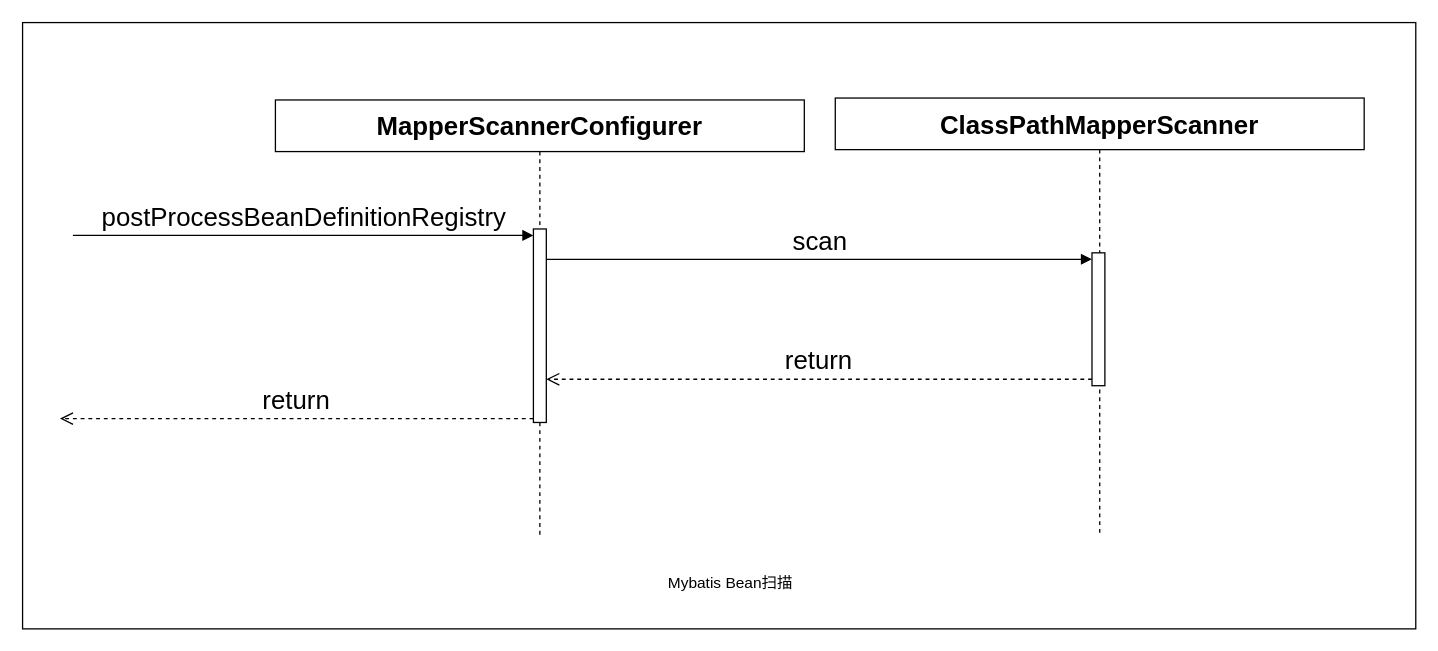
Before: dubbo-learning-doc/drawio/4_0_0_Spring注册Bean定义_Mybatis扫描Bean定义.drawio in czwer/dubbo-learning, a draw.io diagram. Source tidied: cells renumbered, new cells numbered last; positions are measured from the earlier drawing's top-left corner, leaving out a move shared by most shapes. Both pictures are drawn from the tidied source at 129%, with x=0, y=0 at pixel (22, 22).
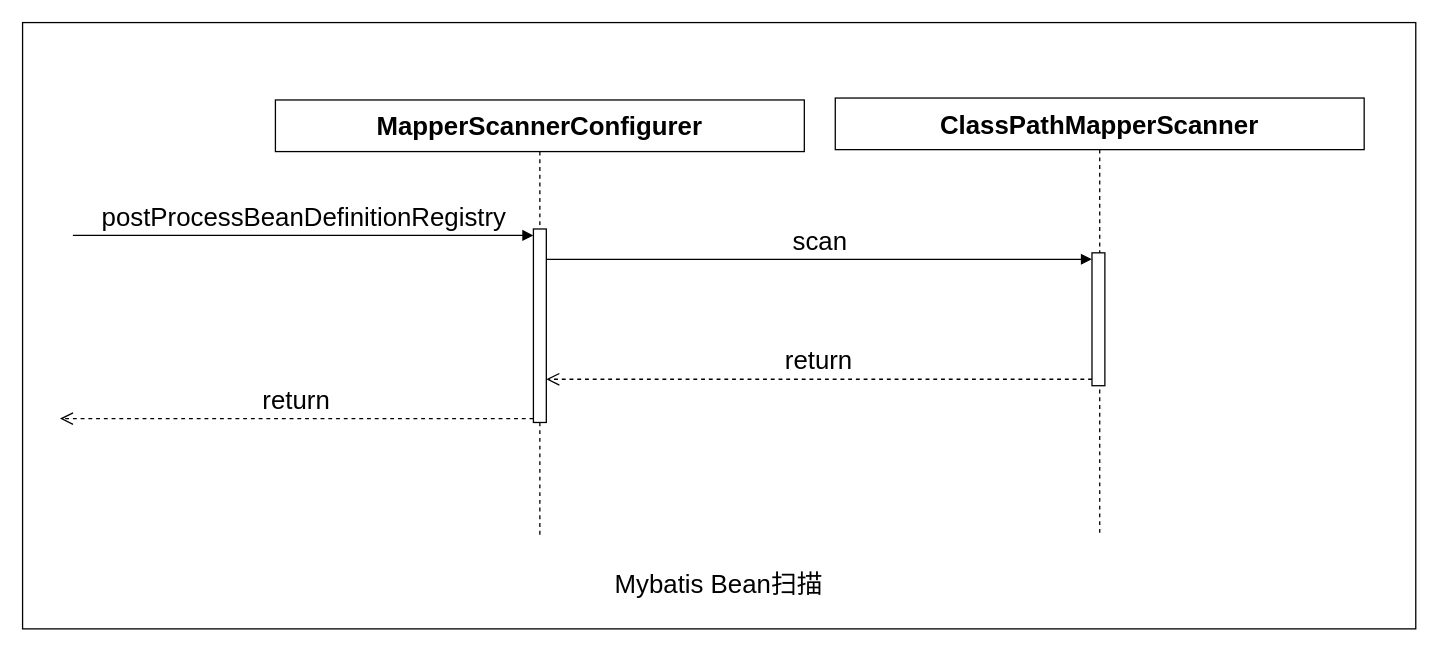
Above is the later version.

The edit, as a diff of the source:
```diff
@@
 <mxGraphModel>
   <root>
     <mxCell id="0" />
     <mxCell id="1" parent="0" />
     <mxCell id="2" style="rounded=0;whiteSpace=wrap;html=1;" parent="1" vertex="1">
       <mxGeometry width="1080" height="470" as="geometry" />
     </mxCell>
     <mxCell id="3" value="&lt;b&gt;MapperScannerConfigurer&lt;/b&gt;" style="shape=umlLifeline;perimeter=lifelinePerimeter;whiteSpace=wrap;html=1;newEdgeStyle={&quot;curved&quot;:0,&quot;rounded&quot;:0};fontSize=20;" parent="1" vertex="1">
       <mxGeometry x="196" y="60" width="410" height="340" as="geometry" />
     </mxCell>
     <mxCell id="4" style="html=1;points=[[0,0,0,0,5],[0,1,0,0,-5],[1,0,0,0,5],[1,1,0,0,-5]];perimeter=orthogonalPerimeter;outlineConnect=0;targetShapes=umlLifeline;portConstraint=eastwest;newEdgeStyle={&quot;curved&quot;:0,&quot;rounded&quot;:0};fontSize=20;" parent="1" vertex="1">
       <mxGeometry x="396" y="160" width="10" height="150" as="geometry" />
     </mxCell>
     <mxCell id="5" value="postProcessBeanDefinitionRegistry" style="html=1;verticalAlign=bottom;endArrow=block;curved=0;rounded=0;entryX=0;entryY=0;entryDx=0;entryDy=5;fontSize=20;" parent="1" edge="1" target="4">
       <mxGeometry relative="1" as="geometry">
         <mxPoint x="39" y="165" as="sourcePoint" />
       </mxGeometry>
     </mxCell>
     <mxCell id="6" value="return" style="html=1;verticalAlign=bottom;endArrow=open;dashed=1;endSize=8;curved=0;rounded=0;exitX=0;exitY=1;exitDx=0;exitDy=-5;fontSize=20;" parent="1" edge="1">
       <mxGeometry relative="1" as="geometry">
         <mxPoint x="396" y="307" as="sourcePoint" />
         <mxPoint x="29" y="307" as="targetPoint" />
       </mxGeometry>
     </mxCell>
     <mxCell id="7" value="&lt;b&gt;ClassPathMapperScanner&lt;/b&gt;" style="shape=umlLifeline;perimeter=lifelinePerimeter;whiteSpace=wrap;html=1;newEdgeStyle={&quot;curved&quot;:0,&quot;rounded&quot;:0};fontSize=20;" parent="1" vertex="1">
       <mxGeometry x="630" y="58.5" width="410" height="340" as="geometry" />
     </mxCell>
     <mxCell id="8" style="html=1;points=[[0,0,0,0,5],[0,1,0,0,-5],[1,0,0,0,5],[1,1,0,0,-5]];perimeter=orthogonalPerimeter;outlineConnect=0;targetShapes=umlLifeline;portConstraint=eastwest;newEdgeStyle={&quot;curved&quot;:0,&quot;rounded&quot;:0};fontSize=20;" parent="7" vertex="1">
       <mxGeometry x="199" y="120" width="10" height="103" as="geometry" />
     </mxCell>
     <mxCell id="9" value="scan" style="html=1;verticalAlign=bottom;endArrow=block;curved=0;rounded=0;entryX=0;entryY=0;entryDx=0;entryDy=5;fontSize=20;" parent="1" edge="1" source="4" target="8">
       <mxGeometry relative="1" as="geometry" />
     </mxCell>
     <mxCell id="10" value="return" style="html=1;verticalAlign=bottom;endArrow=open;dashed=1;endSize=8;curved=0;rounded=0;exitX=0;exitY=1;exitDx=0;exitDy=-5;fontSize=20;" parent="1" edge="1" source="8" target="4">
       <mxGeometry relative="1" as="geometry" />
     </mxCell>
-    <mxCell id="11" value="Mybatis Bean扫描" style="text;html=1;align=center;verticalAlign=middle;whiteSpace=wrap;rounded=0;" parent="1" vertex="1">
-      <mxGeometry x="479" y="420" width="140" height="30" as="geometry" />
+    <mxCell id="11" value="Mybatis Bean扫描" style="text;html=1;align=center;verticalAlign=middle;whiteSpace=wrap;rounded=0;fontSize=20;" parent="1" vertex="1">
+      <mxGeometry x="405" y="420" width="270" height="30" as="geometry" />
     </mxCell>
   </root>
 </mxGraphModel>
```
